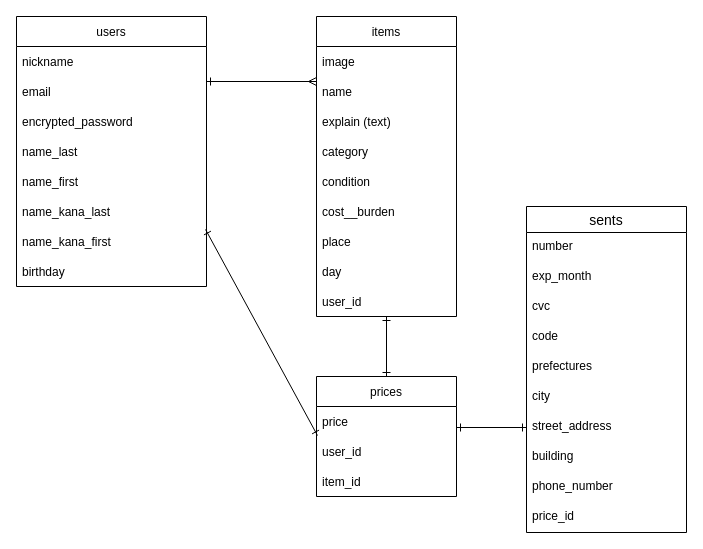
Earlier version of the draw.io diagram .dio (morimonchan/furima-38403). Source tidied: cells renumbered, new cells numbered last; positions are measured from the earlier drawing's top-left corner, leaving out a move shared by most shapes. Both pictures are drawn from the tidied source at 100%, with x=0, y=0 at pixel (16, 16).
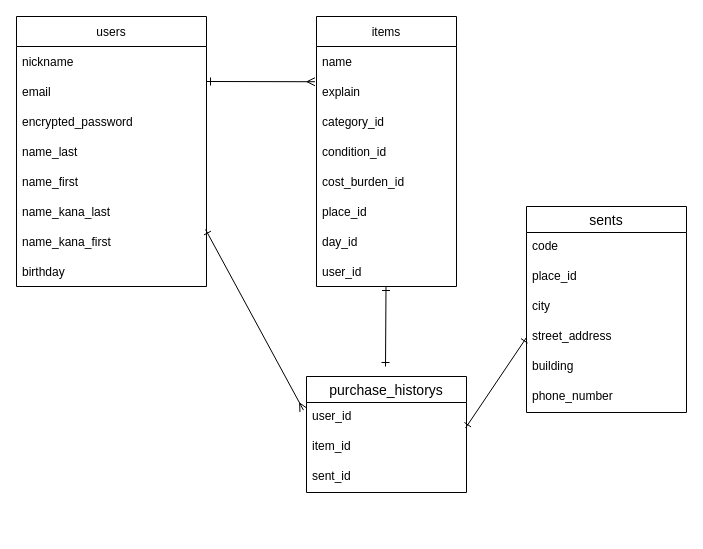
The same page after the edit.

Commit message (it also covers changes not shown here):
ER図,README修正①

Unchanged cells that the change refers to:
```xml
<mxCell id="18" value="email" style="text;strokeColor=none;fillColor=none;align=left;verticalAlign=middle;spacingLeft=4;spacingRight=4;overflow=hidden;points=[[0,0.5],[1,0.5]];portConstraint=eastwest;" parent="16" vertex="1">
  <mxGeometry y="60" width="190" height="30" as="geometry" />
</mxCell>
<mxCell id="23" value="name_kana_first 　" style="text;strokeColor=none;fillColor=none;align=left;verticalAlign=middle;spacingLeft=4;spacingRight=4;overflow=hidden;points=[[0,0.5],[1,0.5]];portConstraint=eastwest;" parent="16" vertex="1">
  <mxGeometry y="210" width="190" height="30" as="geometry" />
</mxCell>
```

The edit, as a diff of the source:
```diff
@@
     <mxCell id="2" value="items" style="swimlane;fontStyle=0;horizontal=1;startSize=30;" parent="1" vertex="1">
-      <mxGeometry x="300" width="140" height="300" as="geometry" />
+      <mxGeometry x="300" width="140" height="270" as="geometry" />
     </mxCell>
-    <mxCell id="3" value="image" style="text;strokeColor=none;fillColor=none;align=left;verticalAlign=middle;spacingLeft=4;spacingRight=4;overflow=hidden;" parent="2" vertex="1">
-      <mxGeometry y="30" width="140" height="30" as="geometry" />
-    </mxCell>
     <mxCell id="4" value="name" style="text;strokeColor=none;fillColor=none;align=left;verticalAlign=middle;spacingLeft=4;spacingRight=4;overflow=hidden;points=[[0,0.5],[1,0.5]];portConstraint=eastwest;" parent="2" vertex="1">
-      <mxGeometry y="60" width="140" height="30" as="geometry" />
+      <mxGeometry y="30" width="140" height="30" as="geometry" />
     </mxCell>
-    <mxCell id="5" value="explain (text)" style="text;strokeColor=none;fillColor=none;align=left;verticalAlign=middle;spacingLeft=4;spacingRight=4;overflow=hidden;points=[[0,0.5],[1,0.5]];portConstraint=eastwest;" parent="2" vertex="1">
-      <mxGeometry y="90" width="140" height="30" as="geometry" />
+    <mxCell id="5" value="explain" style="text;strokeColor=none;fillColor=none;align=left;verticalAlign=middle;spacingLeft=4;spacingRight=4;overflow=hidden;points=[[0,0.5],[1,0.5]];portConstraint=eastwest;" parent="2" vertex="1">
+      <mxGeometry y="60" width="140" height="30" as="geometry" />
     </mxCell>
-    <mxCell id="6" value="category" style="text;strokeColor=none;fillColor=none;align=left;verticalAlign=middle;spacingLeft=4;spacingRight=4;overflow=hidden;" parent="2" vertex="1">
-      <mxGeometry y="120" width="140" height="30" as="geometry" />
+    <mxCell id="6" value="category_id" style="text;strokeColor=none;fillColor=none;align=left;verticalAlign=middle;spacingLeft=4;spacingRight=4;overflow=hidden;" parent="2" vertex="1">
+      <mxGeometry y="90" width="140" height="30" as="geometry" />
     </mxCell>
-    <mxCell id="7" value="condition" style="text;strokeColor=none;fillColor=none;align=left;verticalAlign=middle;spacingLeft=4;spacingRight=4;overflow=hidden;" parent="2" vertex="1">
-      <mxGeometry y="150" width="140" height="30" as="geometry" />
+    <mxCell id="7" value="condition_id" style="text;strokeColor=none;fillColor=none;align=left;verticalAlign=middle;spacingLeft=4;spacingRight=4;overflow=hidden;" parent="2" vertex="1">
+      <mxGeometry y="120" width="140" height="30" as="geometry" />
     </mxCell>
-    <mxCell id="8" value="cost__burden" style="text;strokeColor=none;fillColor=none;align=left;verticalAlign=middle;spacingLeft=4;spacingRight=4;overflow=hidden;" parent="2" vertex="1">
-      <mxGeometry y="180" width="140" height="30" as="geometry" />
+    <mxCell id="8" value="cost_burden_id" style="text;strokeColor=none;fillColor=none;align=left;verticalAlign=middle;spacingLeft=4;spacingRight=4;overflow=hidden;" parent="2" vertex="1">
+      <mxGeometry y="150" width="140" height="30" as="geometry" />
     </mxCell>
-    <mxCell id="9" value="place" style="text;strokeColor=none;fillColor=none;align=left;verticalAlign=middle;spacingLeft=4;spacingRight=4;overflow=hidden;" parent="2" vertex="1">
-      <mxGeometry y="210" width="140" height="30" as="geometry" />
+    <mxCell id="9" value="place_id" style="text;strokeColor=none;fillColor=none;align=left;verticalAlign=middle;spacingLeft=4;spacingRight=4;overflow=hidden;" parent="2" vertex="1">
+      <mxGeometry y="180" width="140" height="30" as="geometry" />
     </mxCell>
-    <mxCell id="10" value="day" style="text;strokeColor=none;fillColor=none;align=left;verticalAlign=middle;spacingLeft=4;spacingRight=4;overflow=hidden;" parent="2" vertex="1">
-      <mxGeometry y="240" width="140" height="30" as="geometry" />
+    <mxCell id="10" value="day_id" style="text;strokeColor=none;fillColor=none;align=left;verticalAlign=middle;spacingLeft=4;spacingRight=4;overflow=hidden;" parent="2" vertex="1">
+      <mxGeometry y="210" width="140" height="30" as="geometry" />
     </mxCell>
     <mxCell id="11" value="user_id" style="text;strokeColor=none;fillColor=none;align=left;verticalAlign=middle;spacingLeft=4;spacingRight=4;overflow=hidden;" parent="2" vertex="1">
-      <mxGeometry y="270" width="140" height="30" as="geometry" />
+      <mxGeometry y="240" width="140" height="30" as="geometry" />
     </mxCell>
-    <mxCell id="12" value="prices" style="swimlane;fontStyle=0;horizontal=1;startSize=30;" parent="1" vertex="1">
-      <mxGeometry x="300" y="360" width="140" height="120" as="geometry" />
-    </mxCell>
-    <mxCell id="13" value="price " style="text;strokeColor=none;fillColor=none;align=left;verticalAlign=middle;spacingLeft=4;spacingRight=4;overflow=hidden;" parent="12" vertex="1">
-      <mxGeometry y="30" width="140" height="30" as="geometry" />
-    </mxCell>
-    <mxCell id="14" value="user_id " style="text;strokeColor=none;fillColor=none;align=left;verticalAlign=middle;spacingLeft=4;spacingRight=4;overflow=hidden;points=[[0,0.5],[1,0.5]];portConstraint=eastwest;" parent="12" vertex="1">
-      <mxGeometry y="60" width="140" height="30" as="geometry" />
-    </mxCell>
-    <mxCell id="15" value="item_id " style="text;strokeColor=none;fillColor=none;align=left;verticalAlign=middle;spacingLeft=4;spacingRight=4;overflow=hidden;" parent="12" vertex="1">
-      <mxGeometry y="90" width="140" height="30" as="geometry" />
-    </mxCell>
@@
-    <mxCell id="25" style="edgeStyle=none;html=1;exitX=1;exitY=0.167;exitDx=0;exitDy=0;entryX=0;entryY=0.167;entryDx=0;entryDy=0;entryPerimeter=0;endArrow=ERmany;endFill=0;startArrow=ERone;startFill=0;exitPerimeter=0;" parent="1" edge="1" source="18" target="4">
+    <mxCell id="25" style="edgeStyle=none;html=1;exitX=1;exitY=0.167;exitDx=0;exitDy=0;entryX=-0.011;entryY=0.174;entryDx=0;entryDy=0;entryPerimeter=0;endArrow=ERmany;endFill=0;startArrow=ERone;startFill=0;exitPerimeter=0;" parent="1" edge="1" source="18" target="5">
       <mxGeometry relative="1" as="geometry" />
     </mxCell>
-    <mxCell id="26" style="edgeStyle=none;html=1;startArrow=ERone;startFill=0;endArrow=ERone;endFill=0;" parent="1" edge="1" target="12">
+    <mxCell id="26" style="edgeStyle=none;html=1;startArrow=ERone;startFill=0;endArrow=ERone;endFill=0;" parent="1" edge="1">
       <mxGeometry relative="1" as="geometry">
-        <mxPoint x="370" y="300" as="sourcePoint" />
+        <mxPoint x="369.5" y="270" as="sourcePoint" />
+        <mxPoint x="369" y="350" as="targetPoint" />
       </mxGeometry>
     </mxCell>
-    <mxCell id="27" style="edgeStyle=none;html=1;exitX=0.995;exitY=0.1;exitDx=0;exitDy=0;startArrow=ERone;startFill=0;endArrow=ERone;endFill=0;exitPerimeter=0;entryX=0.007;entryY=-0.033;entryDx=0;entryDy=0;entryPerimeter=0;" parent="1" edge="1" source="23" target="14">
+    <mxCell id="27" style="edgeStyle=none;html=1;exitX=0.995;exitY=0.1;exitDx=0;exitDy=0;startArrow=ERone;startFill=0;endArrow=ERmany;endFill=0;exitPerimeter=0;entryX=-0.019;entryY=0.254;entryDx=0;entryDy=0;entryPerimeter=0;" parent="1" edge="1" source="23" target="14">
       <mxGeometry relative="1" as="geometry" />
     </mxCell>
     <mxCell id="28" value="sents" style="swimlane;fontStyle=0;horizontal=1;startSize=26;align=center;fontSize=14;" parent="1" vertex="1">
-      <mxGeometry x="510" y="190" width="160" height="326" as="geometry" />
+      <mxGeometry x="510" y="190" width="160" height="206" as="geometry" />
     </mxCell>
-    <mxCell id="29" value="number" style="text;strokeColor=none;fillColor=none;spacingLeft=4;spacingRight=4;overflow=hidden;fontSize=12;" parent="28" vertex="1">
-      <mxGeometry y="26" width="160" height="30" as="geometry" />
-    </mxCell>
-    <mxCell id="30" value="exp_month" style="text;strokeColor=none;fillColor=none;spacingLeft=4;spacingRight=4;overflow=hidden;fontSize=12;" parent="28" vertex="1">
-      <mxGeometry y="56" width="160" height="30" as="geometry" />
-    </mxCell>
-    <mxCell id="31" value="cvc" style="text;strokeColor=none;fillColor=none;spacingLeft=4;spacingRight=4;overflow=hidden;fontSize=12;" parent="28" vertex="1">
-      <mxGeometry y="86" width="160" height="30" as="geometry" />
-    </mxCell>
     <mxCell id="32" value="code" style="text;strokeColor=none;fillColor=none;spacingLeft=4;spacingRight=4;overflow=hidden;fontSize=12;" parent="28" vertex="1">
-      <mxGeometry y="116" width="160" height="30" as="geometry" />
+      <mxGeometry y="26" width="160" height="30" as="geometry" />
     </mxCell>
-    <mxCell id="33" value="prefectures" style="text;strokeColor=none;fillColor=none;spacingLeft=4;spacingRight=4;overflow=hidden;fontSize=12;" parent="28" vertex="1">
-      <mxGeometry y="146" width="160" height="30" as="geometry" />
+    <mxCell id="33" value="place_id" style="text;strokeColor=none;fillColor=none;spacingLeft=4;spacingRight=4;overflow=hidden;fontSize=12;" parent="28" vertex="1">
+      <mxGeometry y="56" width="160" height="30" as="geometry" />
     </mxCell>
     <mxCell id="34" value="city" style="text;strokeColor=none;fillColor=none;spacingLeft=4;spacingRight=4;overflow=hidden;fontSize=12;" parent="28" vertex="1">
-      <mxGeometry y="176" width="160" height="30" as="geometry" />
+      <mxGeometry y="86" width="160" height="30" as="geometry" />
     </mxCell>
     <mxCell id="35" value="street_address" style="text;strokeColor=none;fillColor=none;spacingLeft=4;spacingRight=4;overflow=hidden;points=[[0,0.5],[1,0.5]];portConstraint=eastwest;fontSize=12;" parent="28" vertex="1">
-      <mxGeometry y="206" width="160" height="30" as="geometry" />
+      <mxGeometry y="116" width="160" height="30" as="geometry" />
     </mxCell>
     <mxCell id="36" value="building" style="text;strokeColor=none;fillColor=none;spacingLeft=4;spacingRight=4;overflow=hidden;fontSize=12;" parent="28" vertex="1">
-      <mxGeometry y="236" width="160" height="30" as="geometry" />
+      <mxGeometry y="146" width="160" height="30" as="geometry" />
     </mxCell>
     <mxCell id="37" value="phone_number" style="text;strokeColor=none;fillColor=none;spacingLeft=4;spacingRight=4;overflow=hidden;fontSize=12;" parent="28" vertex="1">
-      <mxGeometry y="266" width="160" height="30" as="geometry" />
+      <mxGeometry y="176" width="160" height="30" as="geometry" />
     </mxCell>
-    <mxCell id="38" value="price_id" style="text;strokeColor=none;fillColor=none;spacingLeft=4;spacingRight=4;overflow=hidden;fontSize=12;" parent="28" vertex="1">
-      <mxGeometry y="296" width="160" height="30" as="geometry" />
-    </mxCell>
-    <mxCell id="39" style="edgeStyle=none;html=1;startArrow=ERone;startFill=0;endArrow=ERone;endFill=0;exitX=0;exitY=0.5;exitDx=0;exitDy=0;" parent="1" edge="1" source="35">
-      <mxGeometry relative="1" as="geometry">
-        <mxPoint x="440" y="411" as="targetPoint" />
-      </mxGeometry>
+    <mxCell id="39" style="edgeStyle=none;html=1;startArrow=ERone;startFill=0;endArrow=ERone;endFill=0;exitX=0;exitY=0.5;exitDx=0;exitDy=0;entryX=0.994;entryY=0.851;entryDx=0;entryDy=0;entryPerimeter=0;" parent="1" edge="1" source="35" target="14">
+      <mxGeometry relative="1" as="geometry" />
     </mxCell>
+    <mxCell id="40" value="purchase_historys" style="swimlane;fontStyle=0;horizontal=1;startSize=26;align=center;fontSize=14;" parent="1" vertex="1">
+      <mxGeometry x="290" y="360" width="160" height="116" as="geometry" />
+    </mxCell>
+    <mxCell id="14" value="user_id" style="text;strokeColor=none;fillColor=none;spacingLeft=4;spacingRight=4;overflow=hidden;points=[[0,0.5],[1,0.5]];portConstraint=eastwest;fontSize=12;" parent="40" vertex="1">
+      <mxGeometry y="26" width="160" height="30" as="geometry" />
+    </mxCell>
+    <mxCell id="15" value="item_id" style="text;strokeColor=none;fillColor=none;spacingLeft=4;spacingRight=4;overflow=hidden;fontSize=12;" parent="40" vertex="1">
+      <mxGeometry y="56" width="160" height="30" as="geometry" />
+    </mxCell>
+    <mxCell id="41" value="sent_id" style="text;strokeColor=none;fillColor=none;spacingLeft=4;spacingRight=4;overflow=hidden;fontSize=12;" parent="40" vertex="1">
+      <mxGeometry y="86" width="160" height="30" as="geometry" />
+    </mxCell>
```
